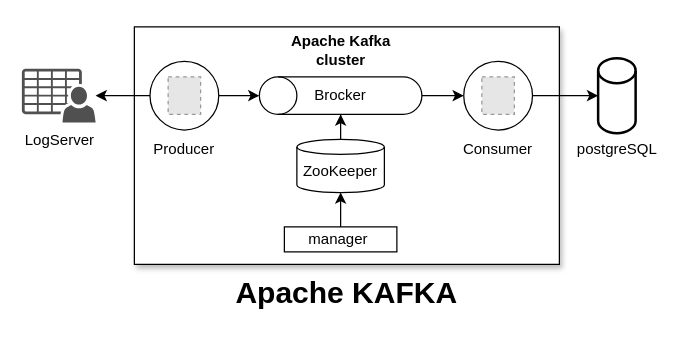
Before: page "Apache Kafka" (5 of 8) of doc/schemas/schema-composants.drawio in AntoineValette/projet_industriel, a draw.io diagram. Source tidied: cells renumbered, new cells numbered last; positions are measured from the earlier drawing's top-left corner, leaving out a move shared by most shapes. Both pictures are drawn from the tidied source at 125%, with x=0, y=0 at pixel (21, 14). Pictures stored in the file or linked from it are replaced by grey dashed boxes.
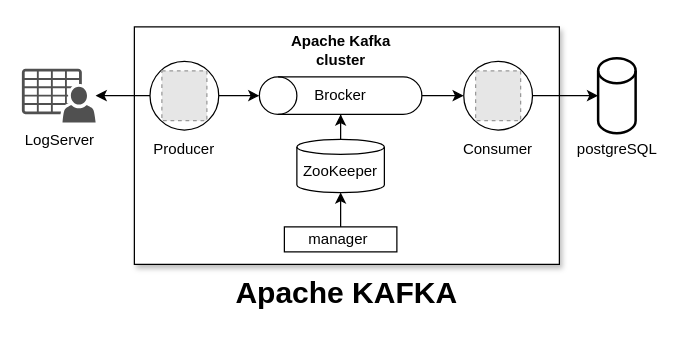
Above is the later version.

Unchanged cells that the change refers to:
```xml
<mxCell id="2" style="group;" parent="1" vertex="1">
  <mxGeometry y="10" width="513.5" height="232" as="geometry" />
</mxCell>
```

Diff of the diagram source:
```diff
@@
-    <mxCell id="17" style="group;" parent="2" vertex="1">
-      <mxGeometry x="100" y="27.5" width="60" height="85" as="geometry" />
-    </mxCell>
-    <mxCell id="18" style="ellipse;whiteSpace=wrap;html=1;" parent="17" vertex="1">
-      <mxGeometry x="2.5" width="55" height="55" as="geometry" />
+    <mxCell id="18" style="ellipse;whiteSpace=wrap;html=1;" parent="2" vertex="1">
+      <mxGeometry x="102.5" y="27.5" width="55" height="55" as="geometry" />
     </mxCell>
-    <mxCell id="19" value="Producer" style="text;html=1;align=center;verticalAlign=middle;whiteSpace=wrap;rounded=0;" parent="17" vertex="1">
-      <mxGeometry y="55" width="60" height="30" as="geometry" />
+    <mxCell id="19" value="Producer" style="text;html=1;align=center;verticalAlign=middle;whiteSpace=wrap;rounded=0;" parent="2" vertex="1">
+      <mxGeometry x="100" y="82.5" width="60" height="30" as="geometry" />
     </mxCell>
-    <mxCell id="20" style="fillColor=#E6E6E6;strokeColor=#999999;dashed=1;verticalLabelPosition=bottom;labelBackgroundColor=default;verticalAlign=top;" parent="17" vertex="1">
-      <mxGeometry x="17" y="12.5" width="26" height="30" as="geometry" />
-    </mxCell>
-    <mxCell id="21" style="group;" parent="2" vertex="1">
-      <mxGeometry x="351" y="27.5" width="60" height="85" as="geometry" />
-    </mxCell>
-    <mxCell id="22" style="ellipse;whiteSpace=wrap;html=1;" parent="21" vertex="1">
-      <mxGeometry x="2.5" width="55" height="55" as="geometry" />
+    <mxCell id="22" style="ellipse;whiteSpace=wrap;html=1;" parent="2" vertex="1">
+      <mxGeometry x="353.5" y="27.5" width="55" height="55" as="geometry" />
     </mxCell>
-    <mxCell id="23" value="Consumer" style="text;html=1;align=center;verticalAlign=middle;whiteSpace=wrap;rounded=0;" parent="21" vertex="1">
-      <mxGeometry y="55" width="60" height="30" as="geometry" />
+    <mxCell id="23" value="Consumer" style="text;html=1;align=center;verticalAlign=middle;whiteSpace=wrap;rounded=0;" parent="2" vertex="1">
+      <mxGeometry x="351" y="82.5" width="60" height="30" as="geometry" />
     </mxCell>
-    <mxCell id="24" style="fillColor=#E6E6E6;strokeColor=#999999;dashed=1;verticalLabelPosition=bottom;labelBackgroundColor=default;verticalAlign=top;" parent="21" vertex="1">
-      <mxGeometry x="17" y="12.5" width="26" height="30" as="geometry" />
-    </mxCell>
-    <mxCell id="25" style="group;" parent="2" vertex="1">
-      <mxGeometry x="438.5" y="25" width="75" height="87.5" as="geometry" />
-    </mxCell>
-    <mxCell id="26" style="strokeWidth=2;html=1;shape=mxgraph.flowchart.database;whiteSpace=wrap;" parent="25" vertex="1">
-      <mxGeometry x="22.5" width="30" height="60" as="geometry" />
+    <mxCell id="26" style="strokeWidth=2;html=1;shape=mxgraph.flowchart.database;whiteSpace=wrap;" parent="2" vertex="1">
+      <mxGeometry x="461" y="25" width="30" height="60" as="geometry" />
     </mxCell>
-    <mxCell id="27" value="postgreSQL" style="text;html=1;align=center;verticalAlign=middle;whiteSpace=wrap;rounded=0;" parent="25" vertex="1">
-      <mxGeometry y="57.5" width="75" height="30" as="geometry" />
+    <mxCell id="27" value="postgreSQL" style="text;html=1;align=center;verticalAlign=middle;whiteSpace=wrap;rounded=0;" parent="2" vertex="1">
+      <mxGeometry x="438.5" y="82.5" width="75" height="30" as="geometry" />
     </mxCell>
+    <mxCell id="28" style="fillColor=#E6E6E6;strokeColor=#999999;dashed=1;verticalLabelPosition=bottom;labelBackgroundColor=none;verticalAlign=top;fontColor=default;" parent="2" vertex="1">
+      <mxGeometry x="112" y="35.1" width="36" height="39.9" as="geometry" />
+    </mxCell>
+    <mxCell id="29" style="fillColor=#E6E6E6;strokeColor=#999999;dashed=1;verticalLabelPosition=bottom;labelBackgroundColor=none;verticalAlign=top;fontColor=default;" parent="2" vertex="1">
+      <mxGeometry x="363" y="35.1" width="36" height="39.9" as="geometry" />
+    </mxCell>
```
